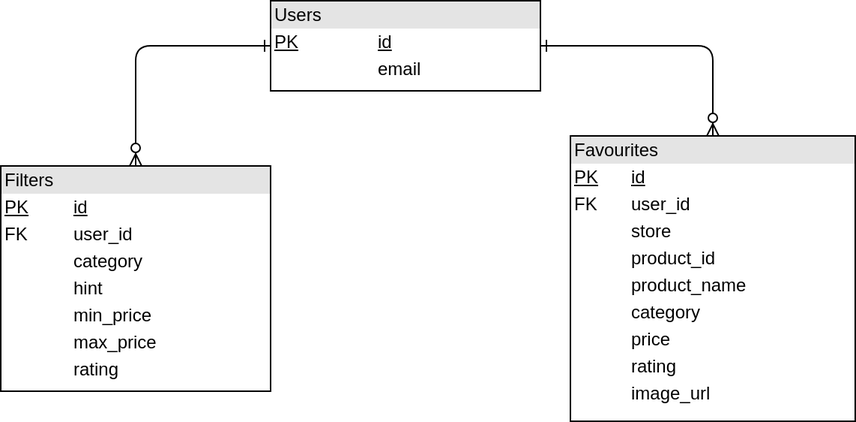
Before: docs/diagrams/dbSchema.png, a diagram exported from draw.io (ussur/s-mart). Source tidied: cells renumbered, new cells last; positions are measured from the earlier drawing's top-left corner, leaving out a move shared by most shapes.
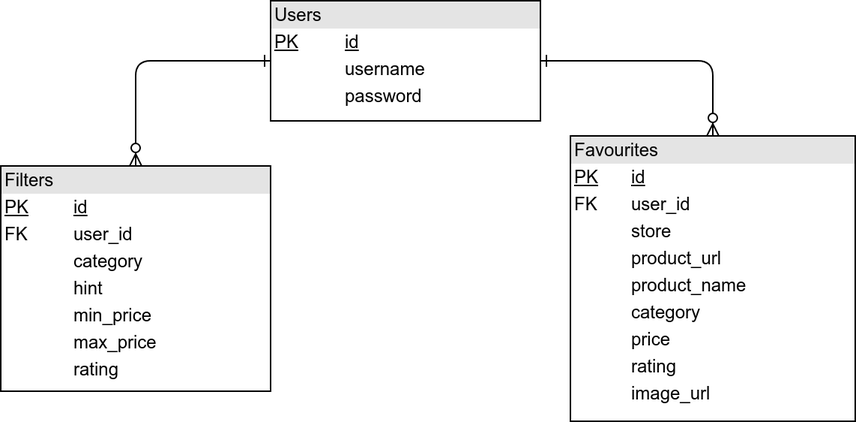
The same file after the commit.

Diff of the diagram source:
```diff
@@ -5,16 +5,16 @@
     <mxCell id="2" value="&lt;div style=&quot;box-sizing: border-box ; width: 100% ; background: #e4e4e4 ; padding: 2px&quot;&gt;Filters&lt;/div&gt;&lt;table style=&quot;width: 100% ; font-size: 1em&quot; cellpadding=&quot;2&quot; cellspacing=&quot;0&quot;&gt;&lt;tbody&gt;&lt;tr&gt;&lt;td&gt;&lt;u&gt;PK&lt;/u&gt;&lt;/td&gt;&lt;td&gt;&lt;u&gt;id&lt;/u&gt;&lt;/td&gt;&lt;/tr&gt;&lt;tr&gt;&lt;td&gt;FK&lt;/td&gt;&lt;td&gt;user_id&lt;/td&gt;&lt;/tr&gt;&lt;tr&gt;&lt;td&gt;&lt;/td&gt;&lt;td&gt;category&lt;/td&gt;&lt;/tr&gt;&lt;tr&gt;&lt;td&gt;&lt;br&gt;&lt;/td&gt;&lt;td&gt;hint&lt;/td&gt;&lt;/tr&gt;&lt;tr&gt;&lt;td&gt;&lt;br&gt;&lt;/td&gt;&lt;td&gt;min_price&lt;br&gt;&lt;/td&gt;&lt;/tr&gt;&lt;tr&gt;&lt;td&gt;&lt;br&gt;&lt;/td&gt;&lt;td&gt;max_price&lt;br&gt;&lt;/td&gt;&lt;/tr&gt;&lt;tr&gt;&lt;td&gt;&lt;br&gt;&lt;/td&gt;&lt;td&gt;rating&lt;br&gt;&lt;/td&gt;&lt;/tr&gt;&lt;/tbody&gt;&lt;/table&gt;" style="verticalAlign=top;align=left;overflow=fill;html=1;rounded=0;shadow=0;comic=0;labelBackgroundColor=none;strokeColor=#000000;strokeWidth=1;fillColor=#ffffff;fontFamily=Helvetica;fontSize=12;fontColor=#000000;" parent="1" vertex="1">
       <mxGeometry y="110" width="180" height="150" as="geometry" />
     </mxCell>
-    <mxCell id="3" value="&lt;div style=&quot;box-sizing: border-box ; width: 100% ; background: #e4e4e4 ; padding: 2px&quot;&gt;Users&lt;/div&gt;&lt;table style=&quot;width: 100% ; font-size: 1em&quot; cellpadding=&quot;2&quot; cellspacing=&quot;0&quot;&gt;&lt;tbody&gt;&lt;tr&gt;&lt;td&gt;&lt;u&gt;PK&lt;/u&gt;&lt;/td&gt;&lt;td&gt;&lt;u&gt;id&lt;/u&gt;&lt;/td&gt;&lt;/tr&gt;&lt;tr&gt;&lt;td&gt;&lt;/td&gt;&lt;td&gt;email&lt;/td&gt;&lt;/tr&gt;&lt;/tbody&gt;&lt;/table&gt;" style="verticalAlign=top;align=left;overflow=fill;html=1;rounded=0;shadow=0;comic=0;labelBackgroundColor=none;strokeColor=#000000;strokeWidth=1;fillColor=#ffffff;fontFamily=Helvetica;fontSize=12;fontColor=#000000;" parent="1" vertex="1">
-      <mxGeometry x="180" width="180" height="60" as="geometry" />
+    <mxCell id="3" value="&lt;div style=&quot;box-sizing: border-box ; width: 100% ; background: #e4e4e4 ; padding: 2px&quot;&gt;Users&lt;/div&gt;&lt;table style=&quot;width: 100% ; font-size: 1em&quot; cellpadding=&quot;2&quot; cellspacing=&quot;0&quot;&gt;&lt;tbody&gt;&lt;tr&gt;&lt;td&gt;&lt;u&gt;PK&lt;/u&gt;&lt;/td&gt;&lt;td&gt;&lt;u&gt;id&lt;/u&gt;&lt;/td&gt;&lt;/tr&gt;&lt;tr&gt;&lt;td&gt;&lt;/td&gt;&lt;td&gt;username&lt;/td&gt;&lt;/tr&gt;&lt;tr&gt;&lt;td&gt;&lt;br&gt;&lt;/td&gt;&lt;td&gt;password&lt;/td&gt;&lt;/tr&gt;&lt;/tbody&gt;&lt;/table&gt;" style="verticalAlign=top;align=left;overflow=fill;html=1;rounded=0;shadow=0;comic=0;labelBackgroundColor=none;strokeColor=#000000;strokeWidth=1;fillColor=#ffffff;fontFamily=Helvetica;fontSize=12;fontColor=#000000;" parent="1" vertex="1">
+      <mxGeometry x="180" width="180" height="80" as="geometry" />
     </mxCell>
-    <mxCell id="4" value="&lt;div style=&quot;box-sizing: border-box ; width: 100% ; background: #e4e4e4 ; padding: 2px&quot;&gt;Favourites&lt;/div&gt;&lt;table style=&quot;width: 100% ; font-size: 1em&quot; cellpadding=&quot;2&quot; cellspacing=&quot;0&quot;&gt;&lt;tbody&gt;&lt;tr&gt;&lt;td&gt;&lt;u&gt;PK&lt;/u&gt;&lt;/td&gt;&lt;td&gt;&lt;u&gt;id&lt;/u&gt;&lt;/td&gt;&lt;/tr&gt;&lt;tr&gt;&lt;td&gt;FK&lt;/td&gt;&lt;td&gt;user_id&lt;/td&gt;&lt;/tr&gt;&lt;tr&gt;&lt;td&gt;&lt;br&gt;&lt;/td&gt;&lt;td&gt;store&lt;/td&gt;&lt;/tr&gt;&lt;tr&gt;&lt;td&gt;&lt;br&gt;&lt;/td&gt;&lt;td&gt;product_id&lt;/td&gt;&lt;/tr&gt;&lt;tr&gt;&lt;td&gt;&lt;/td&gt;&lt;td&gt;product_name&lt;/td&gt;&lt;/tr&gt;&lt;tr&gt;&lt;td&gt;&lt;br&gt;&lt;/td&gt;&lt;td&gt;category&lt;br&gt;&lt;/td&gt;&lt;/tr&gt;&lt;tr&gt;&lt;td&gt;&lt;br&gt;&lt;/td&gt;&lt;td&gt;price&lt;br&gt;&lt;/td&gt;&lt;/tr&gt;&lt;tr&gt;&lt;td&gt;&lt;br&gt;&lt;/td&gt;&lt;td&gt;rating&lt;/td&gt;&lt;/tr&gt;&lt;tr&gt;&lt;td&gt;&lt;br&gt;&lt;/td&gt;&lt;td&gt;image_url&lt;br&gt;&lt;/td&gt;&lt;/tr&gt;&lt;/tbody&gt;&lt;/table&gt;" style="verticalAlign=top;align=left;overflow=fill;html=1;rounded=0;shadow=0;comic=0;labelBackgroundColor=none;strokeColor=#000000;strokeWidth=1;fillColor=#ffffff;fontFamily=Helvetica;fontSize=12;fontColor=#000000;" parent="1" vertex="1">
+    <mxCell id="4" value="&lt;div style=&quot;box-sizing: border-box ; width: 100% ; background: #e4e4e4 ; padding: 2px&quot;&gt;Favourites&lt;/div&gt;&lt;table style=&quot;width: 100% ; font-size: 1em&quot; cellpadding=&quot;2&quot; cellspacing=&quot;0&quot;&gt;&lt;tbody&gt;&lt;tr&gt;&lt;td&gt;&lt;u&gt;PK&lt;/u&gt;&lt;/td&gt;&lt;td&gt;&lt;u&gt;id&lt;/u&gt;&lt;/td&gt;&lt;/tr&gt;&lt;tr&gt;&lt;td&gt;FK&lt;/td&gt;&lt;td&gt;user_id&lt;/td&gt;&lt;/tr&gt;&lt;tr&gt;&lt;td&gt;&lt;br&gt;&lt;/td&gt;&lt;td&gt;store&lt;/td&gt;&lt;/tr&gt;&lt;tr&gt;&lt;td&gt;&lt;br&gt;&lt;/td&gt;&lt;td&gt;product_url&lt;/td&gt;&lt;/tr&gt;&lt;tr&gt;&lt;td&gt;&lt;/td&gt;&lt;td&gt;product_name&lt;/td&gt;&lt;/tr&gt;&lt;tr&gt;&lt;td&gt;&lt;br&gt;&lt;/td&gt;&lt;td&gt;category&lt;br&gt;&lt;/td&gt;&lt;/tr&gt;&lt;tr&gt;&lt;td&gt;&lt;br&gt;&lt;/td&gt;&lt;td&gt;price&lt;br&gt;&lt;/td&gt;&lt;/tr&gt;&lt;tr&gt;&lt;td&gt;&lt;br&gt;&lt;/td&gt;&lt;td&gt;rating&lt;/td&gt;&lt;/tr&gt;&lt;tr&gt;&lt;td&gt;&lt;br&gt;&lt;/td&gt;&lt;td&gt;image_url&lt;br&gt;&lt;/td&gt;&lt;/tr&gt;&lt;/tbody&gt;&lt;/table&gt;" style="verticalAlign=top;align=left;overflow=fill;html=1;rounded=0;shadow=0;comic=0;labelBackgroundColor=none;strokeColor=#000000;strokeWidth=1;fillColor=#ffffff;fontFamily=Helvetica;fontSize=12;fontColor=#000000;" parent="1" vertex="1">
       <mxGeometry x="380" y="90" width="190" height="190" as="geometry" />
     </mxCell>
     <mxCell id="5" style="edgeStyle=orthogonalEdgeStyle;html=1;endArrow=ERone;startArrow=ERzeroToMany;labelBackgroundColor=none;fontFamily=Helvetica;fontSize=12;align=left;exitX=0.5;exitY=0;entryX=0;entryY=0.5;startFill=1;endFill=0;exitDx=0;exitDy=0;entryDx=0;entryDy=0;" parent="1" edge="1" source="2" target="3">
       <mxGeometry relative="1" as="geometry">
         <Array as="points">
-          <mxPoint x="90" y="30" />
+          <mxPoint x="90" y="40" />
         </Array>
       </mxGeometry>
     </mxCell>
```
